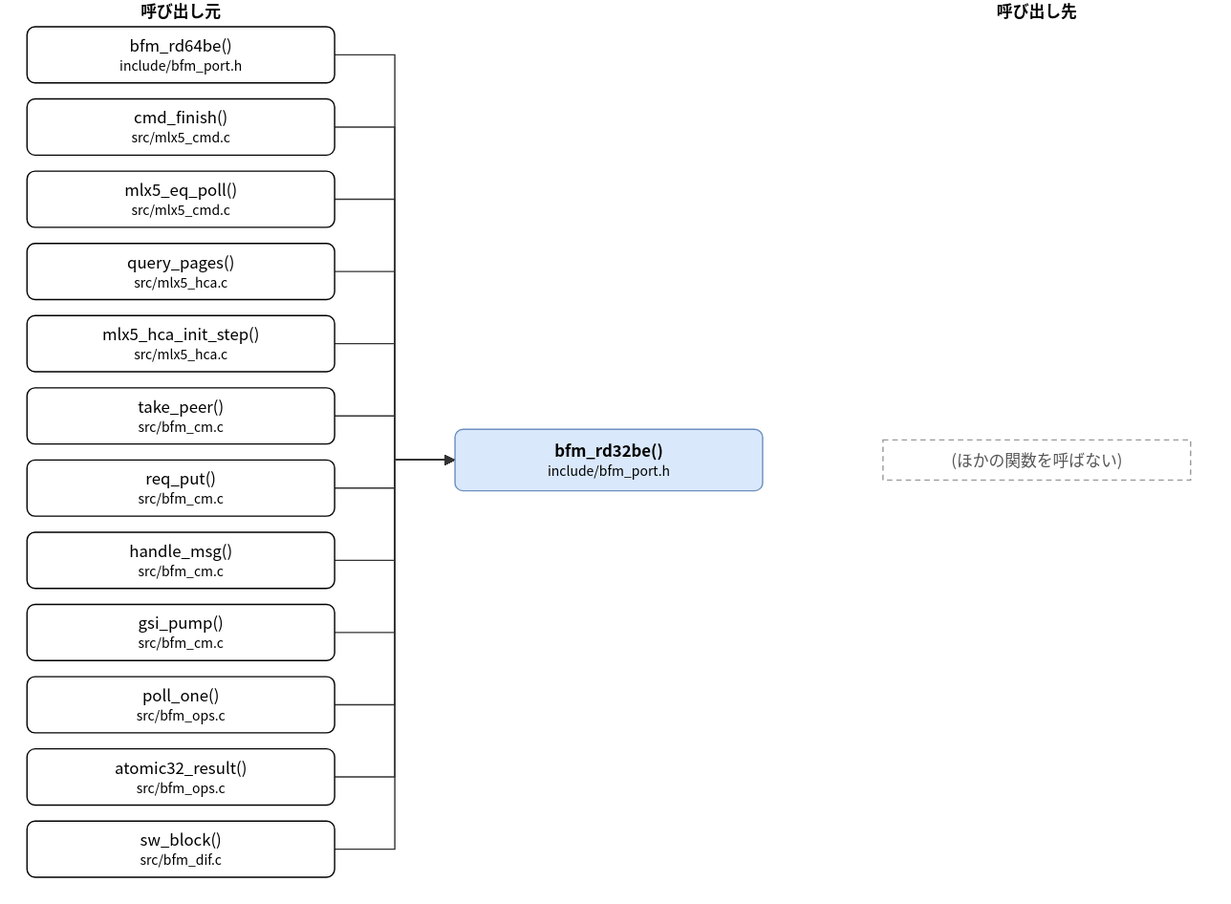
Above: doc/spec/images/call_include_bfm_port-bfm_rd32be.drawio.svg in hf355051012-ai/bfmem (draw.io), before the change. Source tidied: cells renumbered, new cells last; positions are measured from the earlier drawing's top-left corner, leaving out a move shared by most shapes.
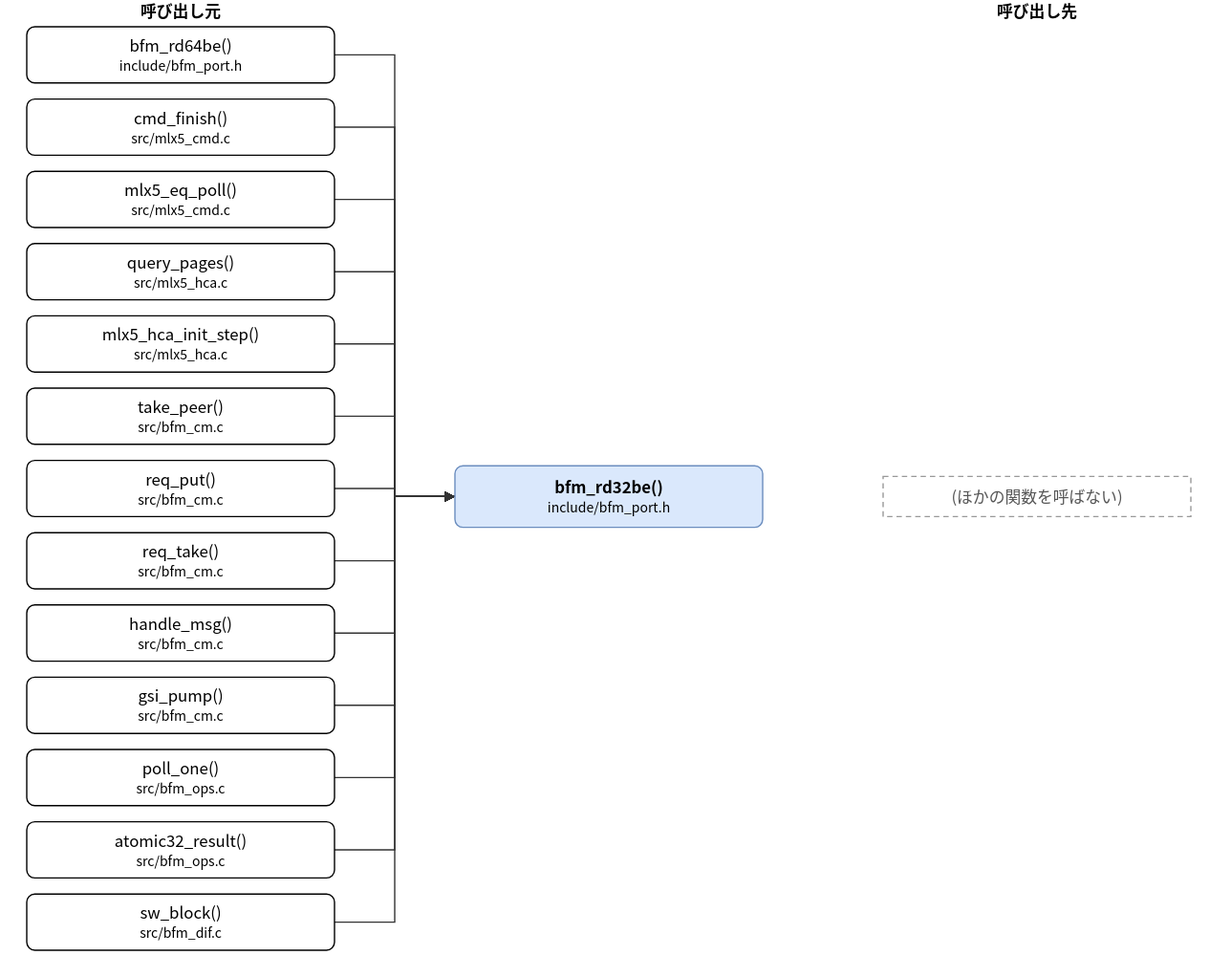
The same diagram one commit later.

Diff of the diagram source:
```diff
@@ -3,7 +3,7 @@
     <mxCell id="0" />
     <mxCell id="1" parent="0" />
     <mxCell id="2" value="bfm_rd32be()&lt;br&gt;&lt;font style=&quot;font-size:10px&quot;&gt;include/bfm_port.h&lt;/font&gt;" style="rounded=1;whiteSpace=wrap;html=1;fillColor=#dae8fc;strokeColor=#6c8ebf;fontStyle=1;" parent="1" vertex="1">
-      <mxGeometry x="320" y="321" width="230" height="46" as="geometry" />
+      <mxGeometry x="320" y="348" width="230" height="46" as="geometry" />
     </mxCell>
     <mxCell id="3" value="bfm_rd64be()&lt;br&gt;&lt;font style=&quot;font-size:10px&quot;&gt;include/bfm_port.h&lt;/font&gt;" style="rounded=1;whiteSpace=wrap;html=1;" parent="1" vertex="1">
       <mxGeometry y="20" width="230" height="42" as="geometry" />
@@ -26,29 +26,32 @@
     <mxCell id="9" value="req_put()&lt;br&gt;&lt;font style=&quot;font-size:10px&quot;&gt;src/bfm_cm.c&lt;/font&gt;" style="rounded=1;whiteSpace=wrap;html=1;" parent="1" vertex="1">
       <mxGeometry y="344" width="230" height="42" as="geometry" />
     </mxCell>
-    <mxCell id="10" value="handle_msg()&lt;br&gt;&lt;font style=&quot;font-size:10px&quot;&gt;src/bfm_cm.c&lt;/font&gt;" style="rounded=1;whiteSpace=wrap;html=1;" parent="1" vertex="1">
+    <mxCell id="10" value="req_take()&lt;br&gt;&lt;font style=&quot;font-size:10px&quot;&gt;src/bfm_cm.c&lt;/font&gt;" style="rounded=1;whiteSpace=wrap;html=1;" parent="1" vertex="1">
       <mxGeometry y="398" width="230" height="42" as="geometry" />
     </mxCell>
-    <mxCell id="11" value="gsi_pump()&lt;br&gt;&lt;font style=&quot;font-size:10px&quot;&gt;src/bfm_cm.c&lt;/font&gt;" style="rounded=1;whiteSpace=wrap;html=1;" parent="1" vertex="1">
+    <mxCell id="11" value="handle_msg()&lt;br&gt;&lt;font style=&quot;font-size:10px&quot;&gt;src/bfm_cm.c&lt;/font&gt;" style="rounded=1;whiteSpace=wrap;html=1;" parent="1" vertex="1">
       <mxGeometry y="452" width="230" height="42" as="geometry" />
     </mxCell>
-    <mxCell id="12" value="poll_one()&lt;br&gt;&lt;font style=&quot;font-size:10px&quot;&gt;src/bfm_ops.c&lt;/font&gt;" style="rounded=1;whiteSpace=wrap;html=1;" parent="1" vertex="1">
+    <mxCell id="12" value="gsi_pump()&lt;br&gt;&lt;font style=&quot;font-size:10px&quot;&gt;src/bfm_cm.c&lt;/font&gt;" style="rounded=1;whiteSpace=wrap;html=1;" parent="1" vertex="1">
       <mxGeometry y="506" width="230" height="42" as="geometry" />
     </mxCell>
-    <mxCell id="13" value="atomic32_result()&lt;br&gt;&lt;font style=&quot;font-size:10px&quot;&gt;src/bfm_ops.c&lt;/font&gt;" style="rounded=1;whiteSpace=wrap;html=1;" parent="1" vertex="1">
+    <mxCell id="13" value="poll_one()&lt;br&gt;&lt;font style=&quot;font-size:10px&quot;&gt;src/bfm_ops.c&lt;/font&gt;" style="rounded=1;whiteSpace=wrap;html=1;" parent="1" vertex="1">
       <mxGeometry y="560" width="230" height="42" as="geometry" />
     </mxCell>
-    <mxCell id="14" value="sw_block()&lt;br&gt;&lt;font style=&quot;font-size:10px&quot;&gt;src/bfm_dif.c&lt;/font&gt;" style="rounded=1;whiteSpace=wrap;html=1;" parent="1" vertex="1">
+    <mxCell id="14" value="atomic32_result()&lt;br&gt;&lt;font style=&quot;font-size:10px&quot;&gt;src/bfm_ops.c&lt;/font&gt;" style="rounded=1;whiteSpace=wrap;html=1;" parent="1" vertex="1">
       <mxGeometry y="614" width="230" height="42" as="geometry" />
     </mxCell>
+    <mxCell id="30" value="sw_block()&lt;br&gt;&lt;font style=&quot;font-size:10px&quot;&gt;src/bfm_dif.c&lt;/font&gt;" style="rounded=1;whiteSpace=wrap;html=1;" parent="1" vertex="1">
+      <mxGeometry y="668" width="230" height="42" as="geometry" />
+    </mxCell>
     <mxCell id="15" value="(ほかの関数を呼ばない)" style="rounded=0;whiteSpace=wrap;html=1;dashed=1;strokeColor=#999999;fontColor=#555555;dashed=1;" parent="1" vertex="1">
-      <mxGeometry x="640" y="329" width="230" height="30" as="geometry" />
+      <mxGeometry x="640" y="356" width="230" height="30" as="geometry" />
     </mxCell>
     <mxCell id="16" style="edgeStyle=none;html=1;rounded=0;endArrow=block;endFill=1;exitX=1.0000;exitY=0.5000;exitDx=0;exitDy=0;exitPerimeter=0;entryX=0.0000;entryY=0.5000;entryDx=0;entryDy=0;entryPerimeter=0;" parent="1" edge="1" source="3" target="2">
       <mxGeometry relative="1" as="geometry">
         <Array as="points">
           <mxPoint x="275" y="41" />
-          <mxPoint x="275" y="344" />
+          <mxPoint x="275" y="371" />
         </Array>
       </mxGeometry>
     </mxCell>
@@ -56,7 +59,7 @@
       <mxGeometry relative="1" as="geometry">
         <Array as="points">
           <mxPoint x="275" y="95" />
-          <mxPoint x="275" y="344" />
+          <mxPoint x="275" y="371" />
         </Array>
       </mxGeometry>
     </mxCell>
@@ -64,7 +67,7 @@
       <mxGeometry relative="1" as="geometry">
         <Array as="points">
           <mxPoint x="275" y="149" />
-          <mxPoint x="275" y="344" />
+          <mxPoint x="275" y="371" />
         </Array>
       </mxGeometry>
     </mxCell>
@@ -72,7 +75,7 @@
       <mxGeometry relative="1" as="geometry">
         <Array as="points">
           <mxPoint x="275" y="203" />
-          <mxPoint x="275" y="344" />
+          <mxPoint x="275" y="371" />
         </Array>
       </mxGeometry>
     </mxCell>
@@ -80,7 +83,7 @@
       <mxGeometry relative="1" as="geometry">
         <Array as="points">
           <mxPoint x="275" y="257" />
-          <mxPoint x="275" y="344" />
+          <mxPoint x="275" y="371" />
         </Array>
       </mxGeometry>
     </mxCell>
@@ -88,7 +91,7 @@
       <mxGeometry relative="1" as="geometry">
         <Array as="points">
           <mxPoint x="275" y="311" />
-          <mxPoint x="275" y="344" />
+          <mxPoint x="275" y="371" />
         </Array>
       </mxGeometry>
     </mxCell>
@@ -96,7 +99,7 @@
       <mxGeometry relative="1" as="geometry">
         <Array as="points">
           <mxPoint x="275" y="365" />
-          <mxPoint x="275" y="344" />
+          <mxPoint x="275" y="371" />
         </Array>
       </mxGeometry>
     </mxCell>
@@ -104,7 +107,7 @@
       <mxGeometry relative="1" as="geometry">
         <Array as="points">
           <mxPoint x="275" y="419" />
-          <mxPoint x="275" y="344" />
+          <mxPoint x="275" y="371" />
         </Array>
       </mxGeometry>
     </mxCell>
@@ -112,7 +115,7 @@
       <mxGeometry relative="1" as="geometry">
         <Array as="points">
           <mxPoint x="275" y="473" />
-          <mxPoint x="275" y="344" />
+          <mxPoint x="275" y="371" />
         </Array>
       </mxGeometry>
     </mxCell>
@@ -120,7 +123,7 @@
       <mxGeometry relative="1" as="geometry">
         <Array as="points">
           <mxPoint x="275" y="527" />
-          <mxPoint x="275" y="344" />
+          <mxPoint x="275" y="371" />
         </Array>
       </mxGeometry>
     </mxCell>
@@ -128,7 +131,7 @@
       <mxGeometry relative="1" as="geometry">
         <Array as="points">
           <mxPoint x="275" y="581" />
-          <mxPoint x="275" y="344" />
+          <mxPoint x="275" y="371" />
         </Array>
       </mxGeometry>
     </mxCell>
@@ -136,10 +139,18 @@
       <mxGeometry relative="1" as="geometry">
         <Array as="points">
           <mxPoint x="275" y="635" />
-          <mxPoint x="275" y="344" />
+          <mxPoint x="275" y="371" />
         </Array>
       </mxGeometry>
     </mxCell>
+    <mxCell id="31" style="edgeStyle=none;html=1;rounded=0;endArrow=block;endFill=1;exitX=1.0000;exitY=0.5000;exitDx=0;exitDy=0;exitPerimeter=0;entryX=0.0000;entryY=0.5000;entryDx=0;entryDy=0;entryPerimeter=0;" parent="1" edge="1" source="30" target="2">
+      <mxGeometry relative="1" as="geometry">
+        <Array as="points">
+          <mxPoint x="275" y="689" />
+          <mxPoint x="275" y="371" />
+        </Array>
+      </mxGeometry>
+    </mxCell>
     <mxCell id="28" value="呼び出し元" style="text;html=1;align=center;fontStyle=1;" parent="1" vertex="1">
       <mxGeometry x="35" width="160" height="18" as="geometry" />
     </mxCell>
```
